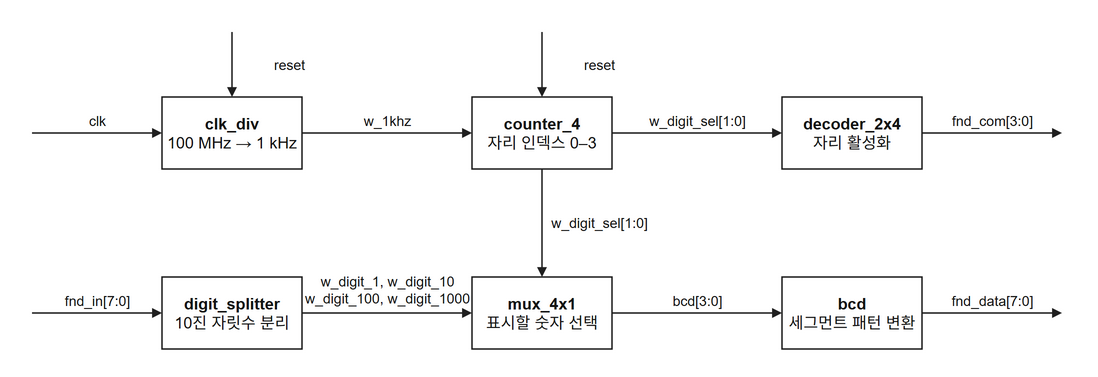
Above: CH3_fnd/fnd-controller.drawio.png in Park-Yul/Verilog-HDL-study (draw.io), before the change. Source tidied: cells renumbered, new cells last; positions are measured from the earlier drawing's top-left corner, leaving out a move shared by most shapes.
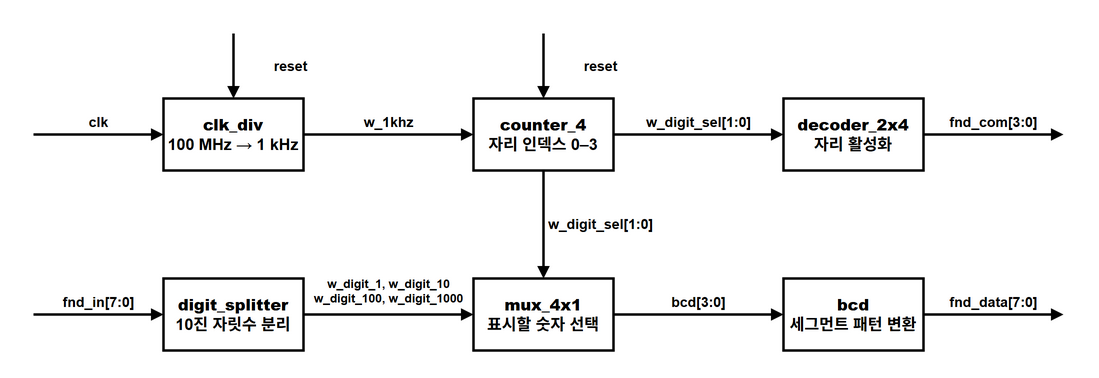
Later version of the same file.

The edit, as a diff of the source:
```diff
@@ -2,95 +2,95 @@
   <root>
     <mxCell id="0" />
     <mxCell id="1" parent="0" />
-    <mxCell id="2" value="&lt;b&gt;clk_div&lt;/b&gt;&lt;br&gt;100 MHz → 1 kHz" style="rounded=0;whiteSpace=wrap;html=1;fillColor=#ffffff;strokeColor=#202020;fontColor=#141414;fontSize=16;strokeWidth=1.5;" parent="1" vertex="1">
+    <mxCell id="2" value="&lt;b&gt;clk_div&lt;/b&gt;&lt;br&gt;100 MHz → 1 kHz" style="rounded=0;whiteSpace=wrap;html=1;fillColor=#ffffff;strokeColor=#000000;fontColor=#000000;fontSize=16;strokeWidth=2.5;fontStyle=1;" parent="1" vertex="1">
       <mxGeometry x="130" y="65" width="140" height="72" as="geometry" />
     </mxCell>
-    <mxCell id="3" value="&lt;b&gt;counter_4&lt;/b&gt;&lt;br&gt;자리 인덱스 0–3" style="rounded=0;whiteSpace=wrap;html=1;fillColor=#ffffff;strokeColor=#202020;fontColor=#141414;fontSize=16;strokeWidth=1.5;" parent="1" vertex="1">
+    <mxCell id="3" value="&lt;b&gt;counter_4&lt;/b&gt;&lt;br&gt;자리 인덱스 0–3" style="rounded=0;whiteSpace=wrap;html=1;fillColor=#ffffff;strokeColor=#000000;fontColor=#000000;fontSize=16;strokeWidth=2.5;fontStyle=1;" parent="1" vertex="1">
       <mxGeometry x="440" y="65" width="140" height="72" as="geometry" />
     </mxCell>
-    <mxCell id="4" value="&lt;b&gt;decoder_2x4&lt;/b&gt;&lt;br&gt;자리 활성화" style="rounded=0;whiteSpace=wrap;html=1;fillColor=#ffffff;strokeColor=#202020;fontColor=#141414;fontSize=16;strokeWidth=1.5;" parent="1" vertex="1">
+    <mxCell id="4" value="&lt;b&gt;decoder_2x4&lt;/b&gt;&lt;br&gt;자리 활성화" style="rounded=0;whiteSpace=wrap;html=1;fillColor=#ffffff;strokeColor=#000000;fontColor=#000000;fontSize=16;strokeWidth=2.5;fontStyle=1;" parent="1" vertex="1">
       <mxGeometry x="750" y="65" width="140" height="72" as="geometry" />
     </mxCell>
-    <mxCell id="5" value="&lt;b&gt;digit_splitter&lt;/b&gt;&lt;br&gt;10진 자릿수 분리" style="rounded=0;whiteSpace=wrap;html=1;fillColor=#ffffff;strokeColor=#202020;fontColor=#141414;fontSize=16;strokeWidth=1.5;" parent="1" vertex="1">
+    <mxCell id="5" value="&lt;b&gt;digit_splitter&lt;/b&gt;&lt;br&gt;10진 자릿수 분리" style="rounded=0;whiteSpace=wrap;html=1;fillColor=#ffffff;strokeColor=#000000;fontColor=#000000;fontSize=16;strokeWidth=2.5;fontStyle=1;" parent="1" vertex="1">
       <mxGeometry x="130" y="245" width="140" height="72" as="geometry" />
     </mxCell>
-    <mxCell id="6" value="&lt;b&gt;mux_4x1&lt;/b&gt;&lt;br&gt;표시할 숫자 선택" style="rounded=0;whiteSpace=wrap;html=1;fillColor=#ffffff;strokeColor=#202020;fontColor=#141414;fontSize=16;strokeWidth=1.5;" parent="1" vertex="1">
+    <mxCell id="6" value="&lt;b&gt;mux_4x1&lt;/b&gt;&lt;br&gt;표시할 숫자 선택" style="rounded=0;whiteSpace=wrap;html=1;fillColor=#ffffff;strokeColor=#000000;fontColor=#000000;fontSize=16;strokeWidth=2.5;fontStyle=1;" parent="1" vertex="1">
       <mxGeometry x="440" y="245" width="140" height="72" as="geometry" />
     </mxCell>
-    <mxCell id="7" value="&lt;b&gt;bcd&lt;/b&gt;&lt;br&gt;세그먼트 패턴 변환" style="rounded=0;whiteSpace=wrap;html=1;fillColor=#ffffff;strokeColor=#202020;fontColor=#141414;fontSize=16;strokeWidth=1.5;" parent="1" vertex="1">
+    <mxCell id="7" value="&lt;b&gt;bcd&lt;/b&gt;&lt;br&gt;세그먼트 패턴 변환" style="rounded=0;whiteSpace=wrap;html=1;fillColor=#ffffff;strokeColor=#000000;fontColor=#000000;fontSize=16;strokeWidth=2.5;fontStyle=1;" parent="1" vertex="1">
       <mxGeometry x="750" y="245" width="140" height="72" as="geometry" />
     </mxCell>
-    <mxCell id="8" value="clk" style="html=1;endArrow=block;endFill=1;strokeColor=#202020;fontColor=#141414;fontSize=14;labelBackgroundColor=#ffffff;strokeWidth=1.5;" parent="1" edge="1">
+    <mxCell id="8" value="clk" style="html=1;endArrow=block;endFill=1;strokeColor=#000000;fontColor=#000000;fontSize=14;labelBackgroundColor=#ffffff;strokeWidth=2.5;fontStyle=1;" parent="1" edge="1">
       <mxGeometry relative="1" as="geometry">
         <mxPoint y="101" as="sourcePoint" />
         <mxPoint x="130" y="101" as="targetPoint" />
         <mxPoint y="-12" as="offset" />
       </mxGeometry>
     </mxCell>
-    <mxCell id="9" value="reset" style="html=1;endArrow=block;endFill=1;strokeColor=#202020;fontColor=#141414;fontSize=14;labelBackgroundColor=#ffffff;strokeWidth=1.5;" parent="1" edge="1">
+    <mxCell id="9" value="reset" style="html=1;endArrow=block;endFill=1;strokeColor=#000000;fontColor=#000000;fontSize=14;labelBackgroundColor=#ffffff;strokeWidth=2.5;fontStyle=1;" parent="1" edge="1">
       <mxGeometry relative="1" as="geometry">
         <mxPoint x="200" as="sourcePoint" />
         <mxPoint x="200" y="65" as="targetPoint" />
         <mxPoint x="57" as="offset" />
       </mxGeometry>
     </mxCell>
-    <mxCell id="10" value="reset" style="html=1;endArrow=block;endFill=1;strokeColor=#202020;fontColor=#141414;fontSize=14;labelBackgroundColor=#ffffff;strokeWidth=1.5;" parent="1" edge="1">
+    <mxCell id="10" value="reset" style="html=1;endArrow=block;endFill=1;strokeColor=#000000;fontColor=#000000;fontSize=14;labelBackgroundColor=#ffffff;strokeWidth=2.5;fontStyle=1;" parent="1" edge="1">
       <mxGeometry relative="1" as="geometry">
         <mxPoint x="510" as="sourcePoint" />
         <mxPoint x="510" y="65" as="targetPoint" />
         <mxPoint x="57" as="offset" />
       </mxGeometry>
     </mxCell>
-    <mxCell id="11" value="w_1khz" style="html=1;endArrow=block;endFill=1;strokeColor=#202020;fontColor=#141414;fontSize=14;labelBackgroundColor=#ffffff;strokeWidth=1.5;" parent="1" edge="1">
+    <mxCell id="11" value="w_1khz" style="html=1;endArrow=block;endFill=1;strokeColor=#000000;fontColor=#000000;fontSize=14;labelBackgroundColor=#ffffff;strokeWidth=2.5;fontStyle=1;" parent="1" edge="1">
       <mxGeometry relative="1" as="geometry">
         <mxPoint x="270" y="101" as="sourcePoint" />
         <mxPoint x="440" y="101" as="targetPoint" />
         <mxPoint y="-12" as="offset" />
       </mxGeometry>
     </mxCell>
-    <mxCell id="12" value="w_digit_sel[1:0]" style="html=1;endArrow=block;endFill=1;strokeColor=#202020;fontColor=#141414;fontSize=14;labelBackgroundColor=#ffffff;strokeWidth=1.5;" parent="1" edge="1">
+    <mxCell id="12" value="w_digit_sel[1:0]" style="html=1;endArrow=block;endFill=1;strokeColor=#000000;fontColor=#000000;fontSize=14;labelBackgroundColor=#ffffff;strokeWidth=2.5;fontStyle=1;" parent="1" edge="1">
       <mxGeometry relative="1" as="geometry">
         <mxPoint x="580" y="101" as="sourcePoint" />
         <mxPoint x="750" y="101" as="targetPoint" />
         <mxPoint y="-12" as="offset" />
       </mxGeometry>
     </mxCell>
-    <mxCell id="13" value="w_digit_sel[1:0]" style="html=1;endArrow=block;endFill=1;strokeColor=#202020;fontColor=#141414;fontSize=14;labelBackgroundColor=#ffffff;strokeWidth=1.5;" parent="1" edge="1">
+    <mxCell id="13" value="w_digit_sel[1:0]" style="html=1;endArrow=block;endFill=1;strokeColor=#000000;fontColor=#000000;fontSize=14;labelBackgroundColor=#ffffff;strokeWidth=2.5;fontStyle=1;" parent="1" edge="1">
       <mxGeometry relative="1" as="geometry">
         <mxPoint x="510" y="137" as="sourcePoint" />
         <mxPoint x="510" y="245" as="targetPoint" />
         <mxPoint x="57" as="offset" />
       </mxGeometry>
     </mxCell>
-    <mxCell id="14" value="fnd_com[3:0]" style="html=1;endArrow=block;endFill=1;strokeColor=#202020;fontColor=#141414;fontSize=14;labelBackgroundColor=#ffffff;strokeWidth=1.5;" parent="1" edge="1">
+    <mxCell id="14" value="fnd_com[3:0]" style="html=1;endArrow=block;endFill=1;strokeColor=#000000;fontColor=#000000;fontSize=14;labelBackgroundColor=#ffffff;strokeWidth=2.5;fontStyle=1;" parent="1" edge="1">
       <mxGeometry relative="1" as="geometry">
         <mxPoint x="890" y="101" as="sourcePoint" />
         <mxPoint x="1030" y="101" as="targetPoint" />
         <mxPoint y="-12" as="offset" />
       </mxGeometry>
     </mxCell>
-    <mxCell id="15" value="fnd_in[7:0]" style="html=1;endArrow=block;endFill=1;strokeColor=#202020;fontColor=#141414;fontSize=14;labelBackgroundColor=#ffffff;strokeWidth=1.5;" parent="1" edge="1">
+    <mxCell id="15" value="fnd_in[7:0]" style="html=1;endArrow=block;endFill=1;strokeColor=#000000;fontColor=#000000;fontSize=14;labelBackgroundColor=#ffffff;strokeWidth=2.5;fontStyle=1;" parent="1" edge="1">
       <mxGeometry relative="1" as="geometry">
         <mxPoint y="281" as="sourcePoint" />
         <mxPoint x="130" y="281" as="targetPoint" />
         <mxPoint y="-12" as="offset" />
       </mxGeometry>
     </mxCell>
-    <mxCell id="16" value="w_digit_1, w_digit_10&lt;br&gt;w_digit_100, w_digit_1000" style="html=1;endArrow=block;endFill=1;strokeColor=#202020;fontColor=#141414;fontSize=14;labelBackgroundColor=#ffffff;strokeWidth=1.5;" parent="1" edge="1">
+    <mxCell id="16" value="w_digit_1, w_digit_10&lt;br&gt;w_digit_100, w_digit_1000" style="html=1;endArrow=block;endFill=1;strokeColor=#000000;fontColor=#000000;fontSize=12;labelBackgroundColor=#ffffff;strokeWidth=2.5;fontStyle=1;" parent="1" edge="1">
       <mxGeometry relative="1" as="geometry">
         <mxPoint x="270" y="281" as="sourcePoint" />
         <mxPoint x="440" y="281" as="targetPoint" />
         <mxPoint y="-23" as="offset" />
       </mxGeometry>
     </mxCell>
-    <mxCell id="17" value="bcd[3:0]" style="html=1;endArrow=block;endFill=1;strokeColor=#202020;fontColor=#141414;fontSize=14;labelBackgroundColor=#ffffff;strokeWidth=1.5;" parent="1" edge="1">
+    <mxCell id="17" value="bcd[3:0]" style="html=1;endArrow=block;endFill=1;strokeColor=#000000;fontColor=#000000;fontSize=14;labelBackgroundColor=#ffffff;strokeWidth=2.5;fontStyle=1;" parent="1" edge="1">
       <mxGeometry relative="1" as="geometry">
         <mxPoint x="580" y="281" as="sourcePoint" />
         <mxPoint x="750" y="281" as="targetPoint" />
         <mxPoint y="-12" as="offset" />
       </mxGeometry>
     </mxCell>
-    <mxCell id="18" value="fnd_data[7:0]" style="html=1;endArrow=block;endFill=1;strokeColor=#202020;fontColor=#141414;fontSize=14;labelBackgroundColor=#ffffff;strokeWidth=1.5;" parent="1" edge="1">
+    <mxCell id="18" value="fnd_data[7:0]" style="html=1;endArrow=block;endFill=1;strokeColor=#000000;fontColor=#000000;fontSize=14;labelBackgroundColor=#ffffff;strokeWidth=2.5;fontStyle=1;" parent="1" edge="1">
       <mxGeometry relative="1" as="geometry">
         <mxPoint x="890" y="281" as="sourcePoint" />
         <mxPoint x="1030" y="281" as="targetPoint" />
```
